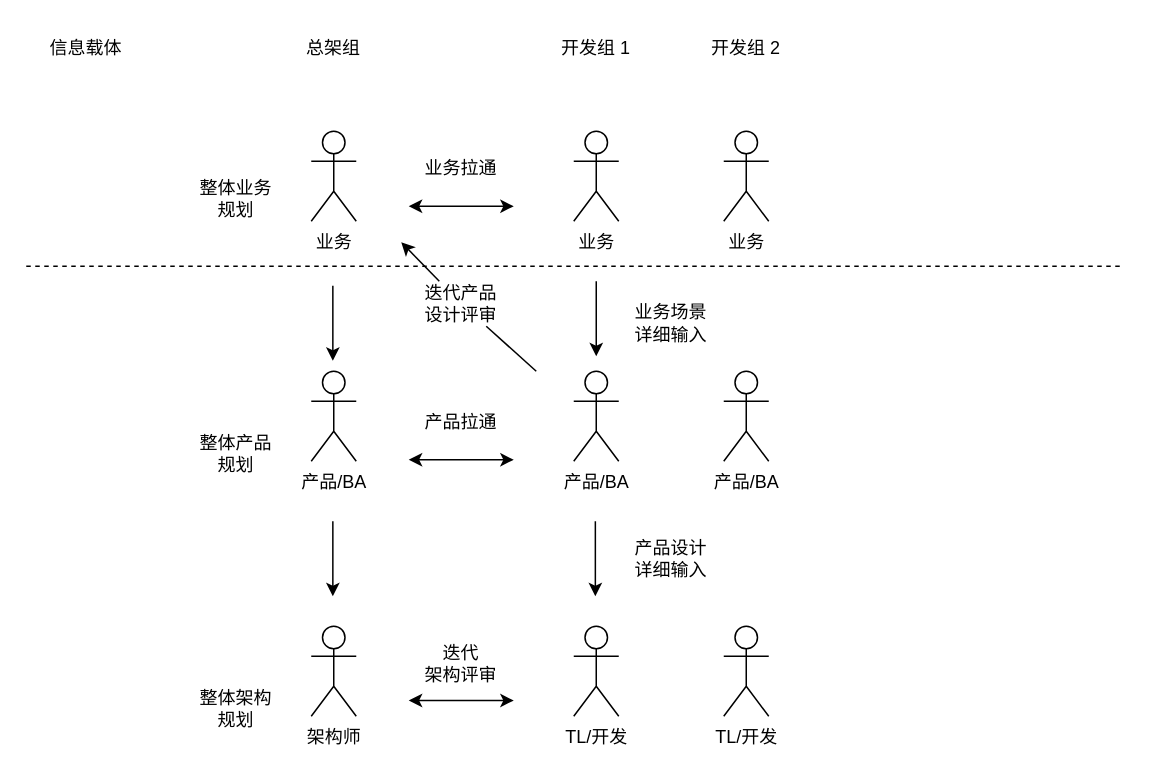
The draw.io diagram src/others/multiple-team-modeling.drawio in linksgo2011/shaogefenhao-v2, before the edit. Source tidied: cells renumbered, new cells numbered last; positions are measured from the earlier drawing's top-left corner, leaving out a move shared by most shapes. Both pictures are drawn from the tidied source at 150%, with x=0, y=0 at pixel (26, 26).
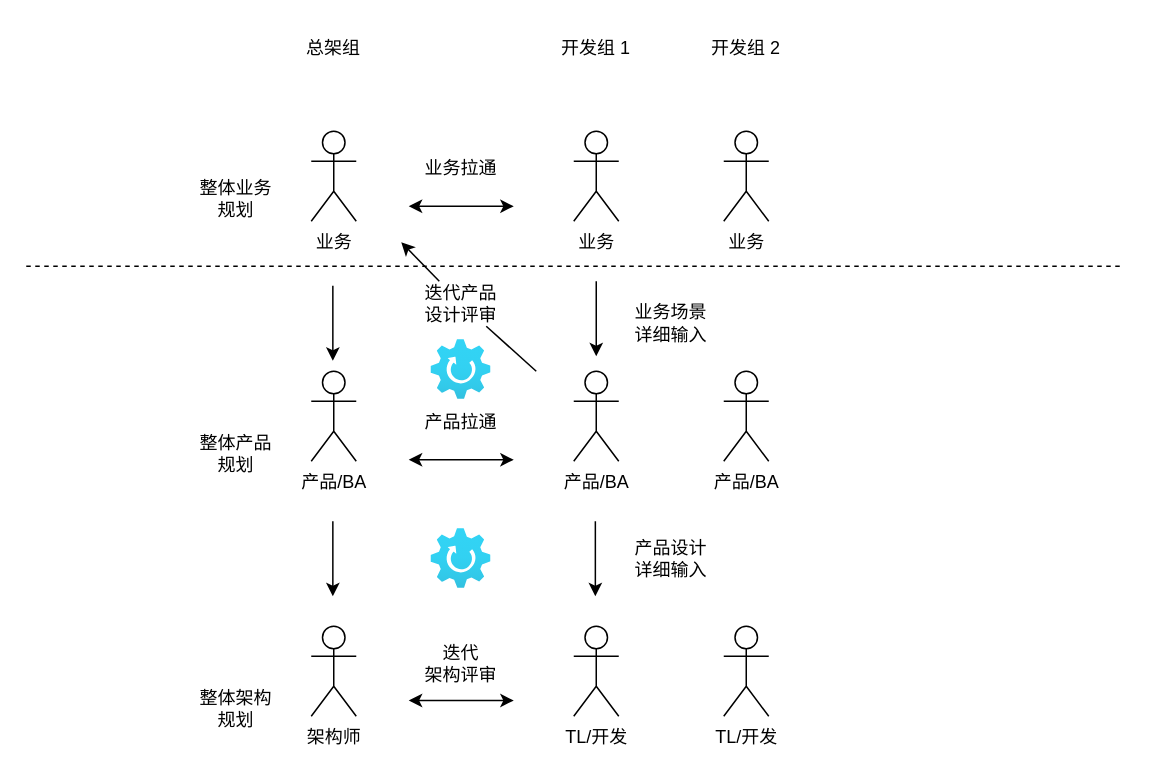
Above is the later version.

The edit, as a diff of the source:
```diff
@@
-    <mxCell id="16" value="信息载体" style="text;html=1;strokeColor=none;fillColor=none;align=center;verticalAlign=middle;whiteSpace=wrap;rounded=0;" parent="1" vertex="1">
-      <mxGeometry x="10" width="60" height="30" as="geometry" />
-    </mxCell>
@@
+    <mxCell id="34" style="html=1;align=center;image;fontSize=12;image=img/lib/azure2/general/Gear.svg;" parent="1" vertex="1">
+      <mxGeometry x="270" y="335" width="40" height="40" as="geometry" />
+    </mxCell>
+    <mxCell id="35" style="html=1;align=center;image;fontSize=12;image=img/lib/azure2/general/Gear.svg;" parent="1" vertex="1">
+      <mxGeometry x="270" y="209" width="40" height="40" as="geometry" />
+    </mxCell>
```
